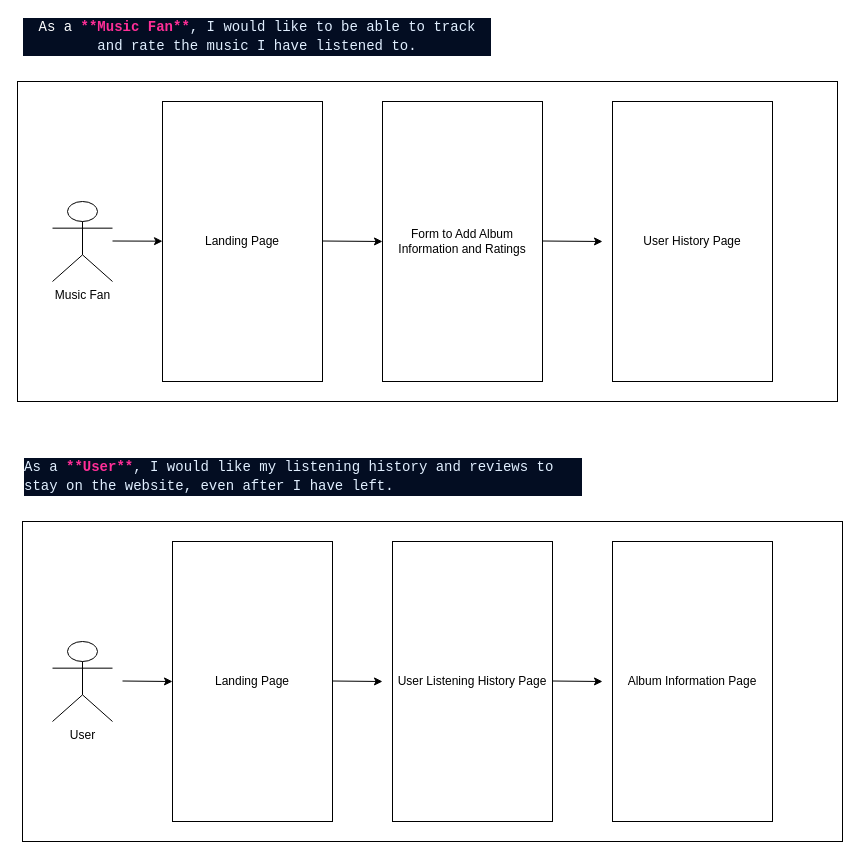
This is UserFlow.drawio from simpsonpaisley/recordboxd, a draw.io file, before an edit. Source tidied: cells renumbered, new cells numbered last; positions are measured from the earlier drawing's top-left corner, leaving out a move shared by most shapes. Both pictures are drawn from the tidied source at 100%, with x=0, y=0 at pixel (17, 21).
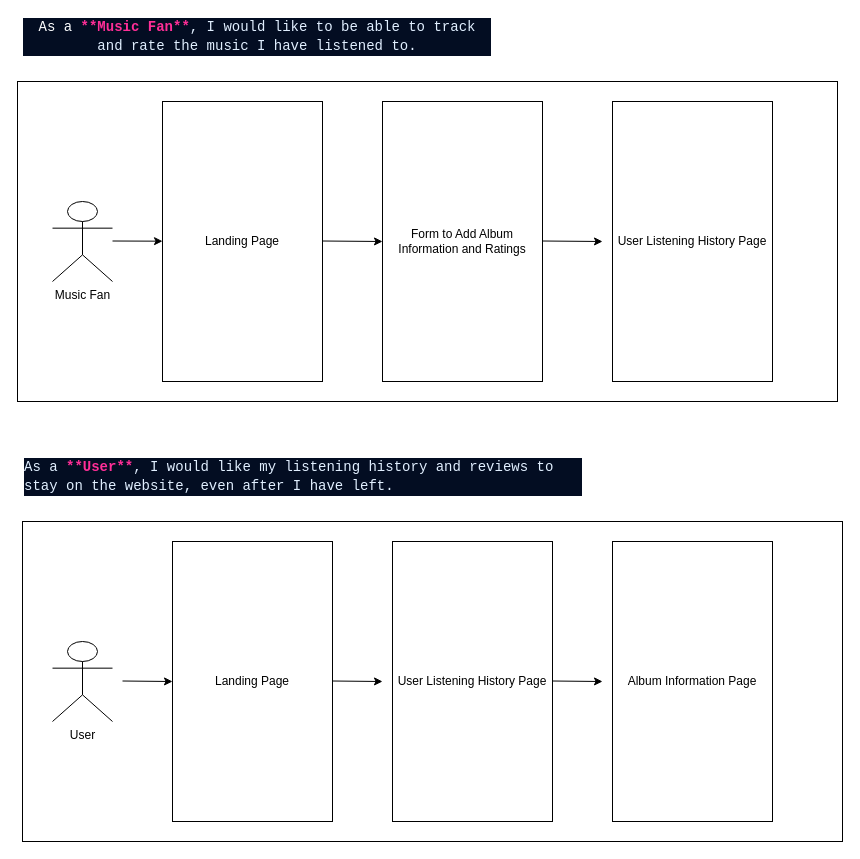
The same page after the edit.

Change to the diagram source:
```diff
@@
-    <mxCell id="10" value="User History Page" style="rounded=0;whiteSpace=wrap;html=1;" parent="1" vertex="1">
+    <mxCell id="10" value="User Listening History Page" style="rounded=0;whiteSpace=wrap;html=1;" parent="1" vertex="1">
       <mxGeometry x="595" y="80" width="160" height="280" as="geometry" />
     </mxCell>
```
